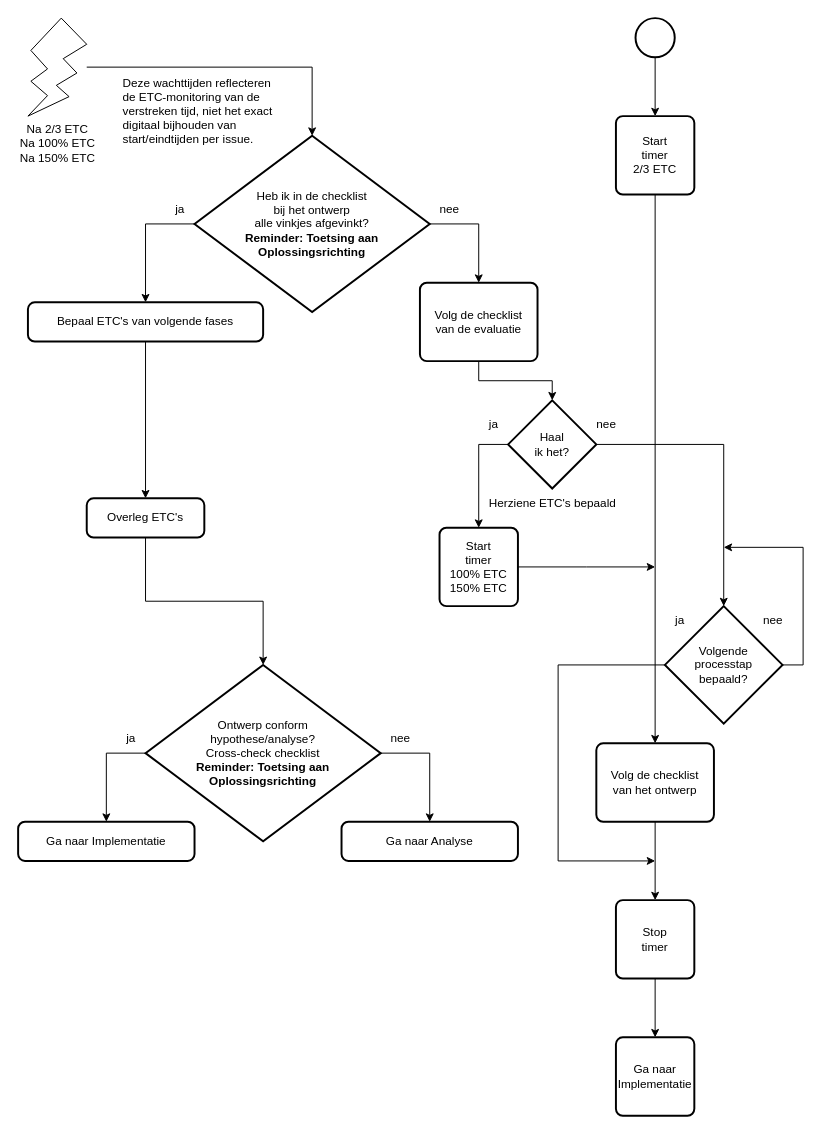
Before: 3 Issue Tracker ontwerp.drawio in Zaibatsu89/IssueTracker, a draw.io diagram. Source tidied: cells renumbered, new cells numbered last; positions are measured from the earlier drawing's top-left corner, leaving out a move shared by most shapes. Both pictures are drawn from the tidied source at 98%, with x=0, y=0 at pixel (18, 18).
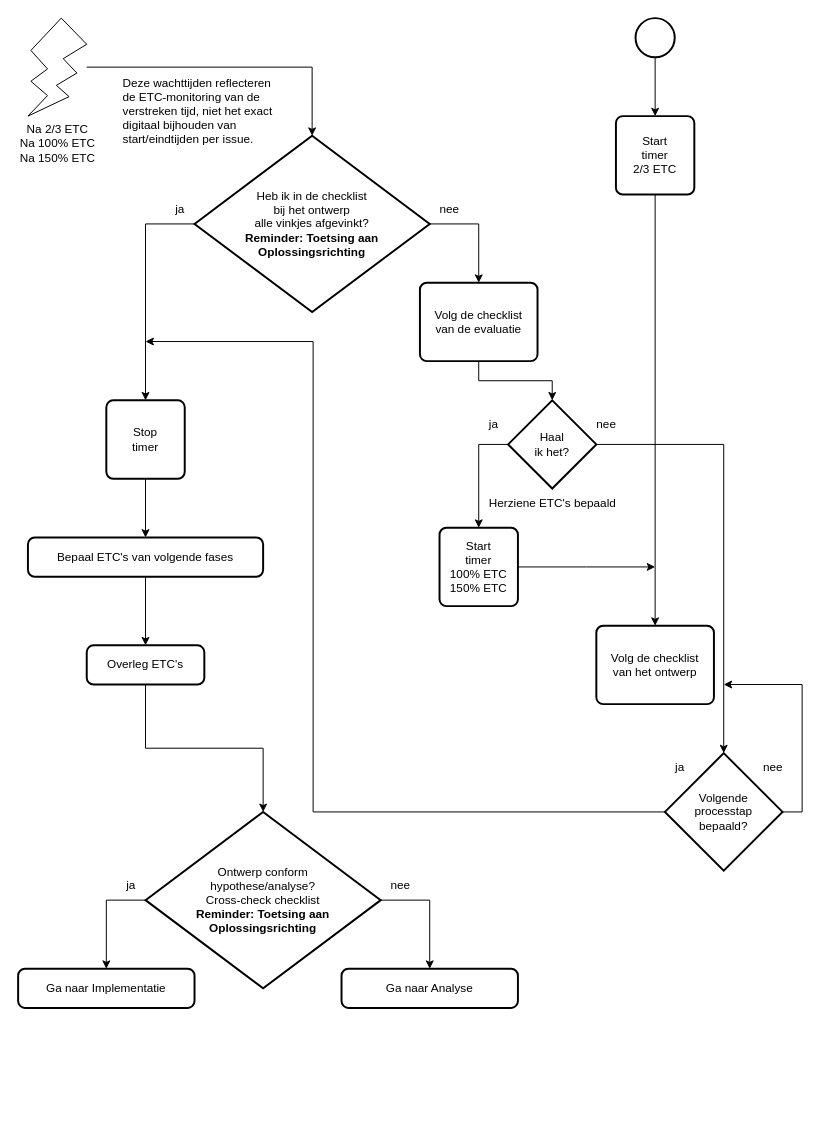
After the change.

Commit message (it also covers changes not shown here):
Verplaats "Heb ik in de checklist bij de intake alle vinkjes afgevinkt?" van "Volg de checklist van de intake" naar "Bevindingen delen" in flowcharts

The change refers to these unchanged cells:
```xml
<mxCell id="8" value="Heb ik in de checklist&lt;br&gt;bij het ontwerp&lt;br&gt;alle vinkjes afgevinkt?&lt;br&gt;&lt;b&gt;Reminder: Toetsing aan Oplossingsrichting&lt;/b&gt;" style="strokeWidth=2;html=1;shape=mxgraph.flowchart.decision;whiteSpace=wrap;" parent="1" vertex="1">
  <mxGeometry x="180" y="120" width="240" height="180" as="geometry" />
</mxCell>
```

What changed in the source:
```diff
@@
-    <mxCell id="4" style="edgeStyle=orthogonalEdgeStyle;rounded=0;jettySize=auto;html=1;entryX=0.5;entryY=0;entryDx=0;entryDy=0;" parent="1" edge="1" source="5" target="38">
-      <mxGeometry relative="1" as="geometry" />
-    </mxCell>
     <mxCell id="5" value="Volg de checklist&lt;br&gt;van het ontwerp" style="rounded=1;whiteSpace=wrap;html=1;absoluteArcSize=1;arcSize=14;strokeWidth=2;" parent="1" vertex="1">
-      <mxGeometry x="590" y="740" width="120" height="80" as="geometry" />
+      <mxGeometry x="590" y="620" width="120" height="80" as="geometry" />
     </mxCell>
-    <mxCell id="6" style="edgeStyle=orthogonalEdgeStyle;rounded=0;jettySize=auto;html=1;exitX=0;exitY=0.5;exitDx=0;exitDy=0;exitPerimeter=0;entryX=0.5;entryY=0;entryDx=0;entryDy=0;" parent="1" edge="1" source="8" target="18">
-      <mxGeometry relative="1" as="geometry" />
-    </mxCell>
@@
+    <mxCell id="45" style="edgeStyle=orthogonalEdgeStyle;rounded=0;jettySize=auto;html=1;exitX=0;exitY=0.5;exitDx=0;exitDy=0;exitPerimeter=0;entryX=0.5;entryY=0;entryDx=0;entryDy=0;" parent="1" edge="1" source="8" target="38">
+      <mxGeometry relative="1" as="geometry" />
+    </mxCell>
@@
     <mxCell id="11" value="Ga naar Implementatie" style="rounded=1;whiteSpace=wrap;html=1;absoluteArcSize=1;arcSize=14;strokeWidth=2;" parent="1" vertex="1">
-      <mxGeometry y="820" width="180" height="40" as="geometry" />
+      <mxGeometry y="970" width="180" height="40" as="geometry" />
     </mxCell>
@@
     <mxCell id="14" value="Ontwerp conform&lt;br&gt;hypothese/analyse?&lt;br&gt;Cross-check checklist&lt;br&gt;&lt;b&gt;Reminder: Toetsing aan Oplossingsrichting&lt;/b&gt;" style="strokeWidth=2;html=1;shape=mxgraph.flowchart.decision;whiteSpace=wrap;" parent="1" vertex="1">
-      <mxGeometry x="130" y="660" width="240" height="180" as="geometry" />
+      <mxGeometry x="130" y="810" width="240" height="180" as="geometry" />
     </mxCell>
     <mxCell id="15" value="ja" style="text;html=1;align=center;verticalAlign=middle;strokeColor=none;fillColor=none;" parent="1" vertex="1">
-      <mxGeometry x="100" y="720" width="30" height="30" as="geometry" />
+      <mxGeometry x="100" y="870" width="30" height="30" as="geometry" />
     </mxCell>
     <mxCell id="16" value="Ga naar Analyse" style="rounded=1;whiteSpace=wrap;html=1;absoluteArcSize=1;arcSize=14;strokeWidth=2;" parent="1" vertex="1">
-      <mxGeometry x="330" y="820" width="180" height="40" as="geometry" />
+      <mxGeometry x="330" y="970" width="180" height="40" as="geometry" />
     </mxCell>
@@
     <mxCell id="18" value="Bepaal ETC's van volgende fases" style="rounded=1;whiteSpace=wrap;html=1;absoluteArcSize=1;arcSize=14;strokeWidth=2;" parent="1" vertex="1">
-      <mxGeometry x="10" y="290" width="240" height="40" as="geometry" />
+      <mxGeometry x="10" y="530" width="240" height="40" as="geometry" />
     </mxCell>
     <mxCell id="19" value="Overleg ETC's" style="rounded=1;whiteSpace=wrap;html=1;absoluteArcSize=1;arcSize=14;strokeWidth=2;" parent="1" vertex="1">
-      <mxGeometry x="70" y="490" width="120" height="40" as="geometry" />
+      <mxGeometry x="70" y="640" width="120" height="40" as="geometry" />
     </mxCell>
     <mxCell id="20" value="nee" style="text;html=1;align=center;verticalAlign=middle;strokeColor=none;fillColor=none;" parent="1" vertex="1">
-      <mxGeometry x="370" y="720" width="40" height="30" as="geometry" />
+      <mxGeometry x="370" y="870" width="40" height="30" as="geometry" />
     </mxCell>
@@
-    <mxCell id="27" value="Ga naar&lt;br&gt;Implementatie" style="rounded=1;whiteSpace=wrap;html=1;absoluteArcSize=1;arcSize=14;strokeWidth=2;" parent="1" vertex="1">
-      <mxGeometry x="610" y="1040" width="80" height="80" as="geometry" />
-    </mxCell>
@@
-    <mxCell id="37" style="edgeStyle=orthogonalEdgeStyle;rounded=0;jettySize=auto;html=1;" parent="1" edge="1" source="38" target="27">
-      <mxGeometry relative="1" as="geometry" />
-    </mxCell>
+    <mxCell id="46" style="edgeStyle=orthogonalEdgeStyle;rounded=0;jettySize=auto;html=1;" parent="1" edge="1" source="38" target="18">
+      <mxGeometry relative="1" as="geometry" />
+    </mxCell>
     <mxCell id="38" value="Stop&lt;br&gt;timer" style="rounded=1;whiteSpace=wrap;html=1;absoluteArcSize=1;arcSize=14;strokeWidth=2;" parent="1" vertex="1">
-      <mxGeometry x="610" y="900" width="80" height="80" as="geometry" />
+      <mxGeometry x="90" y="390" width="80" height="80" as="geometry" />
     </mxCell>
     <mxCell id="39" style="edgeStyle=orthogonalEdgeStyle;rounded=0;jettySize=auto;html=1;exitX=1;exitY=0.5;exitDx=0;exitDy=0;exitPerimeter=0;" parent="1" edge="1" source="41">
       <mxGeometry relative="1" as="geometry">
-        <mxPoint x="720" y="540" as="targetPoint" />
+        <mxPoint x="720" y="680" as="targetPoint" />
         <Array as="points">
-          <mxPoint x="801" y="660" />
+          <mxPoint x="800" y="810" />
+          <mxPoint x="800" y="680" />
+          <mxPoint x="720" y="680" />
         </Array>
       </mxGeometry>
     </mxCell>
-    <mxCell id="40" style="edgeStyle=orthogonalEdgeStyle;rounded=0;jettySize=auto;html=1;exitX=0;exitY=0.5;exitDx=0;exitDy=0;exitPerimeter=0;" parent="1" edge="1" source="41">
-      <mxGeometry relative="1" as="geometry">
-        <mxPoint x="650" y="860" as="targetPoint" />
-        <Array as="points">
-          <mxPoint x="551" y="660" />
-        </Array>
-      </mxGeometry>
-    </mxCell>
+    <mxCell id="47" style="edgeStyle=orthogonalEdgeStyle;rounded=0;jettySize=auto;html=1;exitX=0;exitY=0.5;exitDx=0;exitDy=0;exitPerimeter=0;" parent="1" edge="1" source="41">
+      <mxGeometry relative="1" as="geometry">
+        <mxPoint x="130" y="330" as="targetPoint" />
+        <Array as="points">
+          <mxPoint x="301" y="810" />
+          <mxPoint x="301" y="330" />
+        </Array>
+      </mxGeometry>
+    </mxCell>
     <mxCell id="41" value="Volgende&lt;br&gt;processtap&lt;br&gt;bepaald?" style="strokeWidth=2;html=1;shape=mxgraph.flowchart.decision;whiteSpace=wrap;" parent="1" vertex="1">
-      <mxGeometry x="660" y="600" width="120" height="120" as="geometry" />
+      <mxGeometry x="660" y="750" width="120" height="120" as="geometry" />
     </mxCell>
@@
     <mxCell id="43" value="nee" style="text;html=1;align=center;verticalAlign=middle;strokeColor=none;fillColor=none;" parent="1" vertex="1">
-      <mxGeometry x="750" y="600" width="40" height="30" as="geometry" />
+      <mxGeometry x="750" y="750" width="40" height="30" as="geometry" />
     </mxCell>
     <mxCell id="44" value="ja" style="text;html=1;align=center;verticalAlign=middle;strokeColor=none;fillColor=none;" parent="1" vertex="1">
-      <mxGeometry x="660" y="600" width="30" height="30" as="geometry" />
+      <mxGeometry x="660" y="750" width="30" height="30" as="geometry" />
     </mxCell>
```
